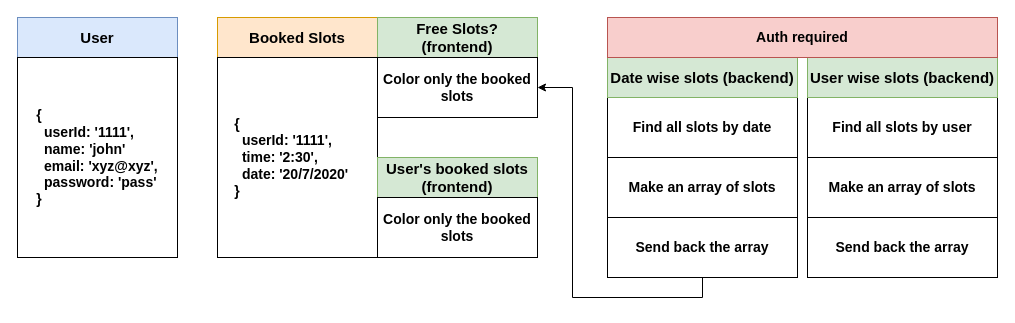
Before: DB Architecture.drawio in karankumarshreds/HealthcareArchitecture, a draw.io diagram. Source tidied: cells renumbered, new cells numbered last; positions are measured from the earlier drawing's top-left corner, leaving out a move shared by most shapes. Both pictures are drawn from the tidied source at 100%, with x=0, y=0 at pixel (17, 17).
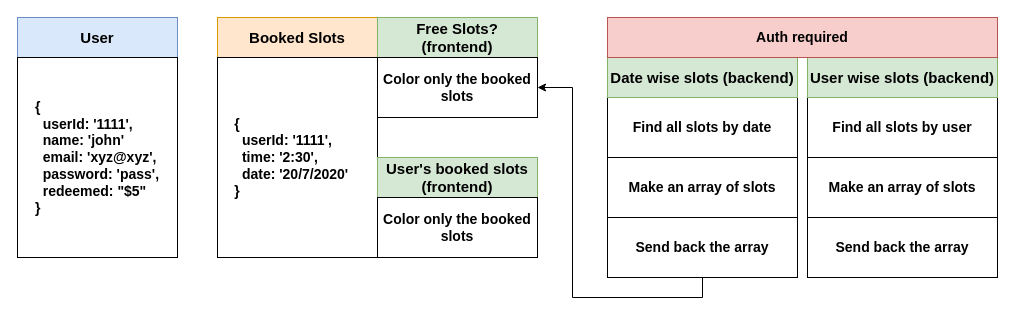
The same page after the edit.

The edit, as a diff of the source:
```diff
@@
 <mxGraphModel>
   <root>
     <mxCell id="0" />
     <mxCell id="1" parent="0" />
     <mxCell id="2" value="&lt;font style=&quot;font-size: 15px&quot;&gt;&lt;b&gt;User&lt;/b&gt;&lt;/font&gt;" style="rounded=0;whiteSpace=wrap;html=1;fillColor=#dae8fc;strokeColor=#6c8ebf;" parent="1" vertex="1">
       <mxGeometry width="160" height="40" as="geometry" />
     </mxCell>
     <mxCell id="3" value="&lt;b&gt;&lt;font style=&quot;font-size: 15px&quot;&gt;Booked Slots&lt;/font&gt;&lt;/b&gt;" style="rounded=0;whiteSpace=wrap;html=1;fillColor=#ffe6cc;strokeColor=#d79b00;" parent="1" vertex="1">
       <mxGeometry x="200" width="160" height="40" as="geometry" />
     </mxCell>
     <mxCell id="4" value="&lt;div style=&quot;text-align: justify ; font-size: 14px&quot;&gt;&lt;span&gt;&lt;font style=&quot;font-size: 14px&quot;&gt;&lt;b&gt;{&amp;nbsp;&lt;/b&gt;&lt;/font&gt;&lt;/span&gt;&lt;/div&gt;&lt;font style=&quot;font-size: 14px&quot;&gt;&lt;b&gt;&lt;div style=&quot;text-align: justify&quot;&gt;&lt;span&gt;&amp;nbsp; userId: '1111',&lt;/span&gt;&lt;/div&gt;&lt;div style=&quot;text-align: justify&quot;&gt;&lt;span&gt;&amp;nbsp; time: '2:30',&lt;/span&gt;&lt;/div&gt;&lt;div style=&quot;text-align: justify&quot;&gt;&lt;span&gt;&amp;nbsp; date: '20/7/2020'&amp;nbsp; &amp;nbsp;&lt;/span&gt;&lt;/div&gt;&lt;div style=&quot;text-align: justify&quot;&gt;&lt;span&gt;}&lt;/span&gt;&lt;/div&gt;&lt;/b&gt;&lt;/font&gt;" style="rounded=0;whiteSpace=wrap;html=1;align=center;" parent="1" vertex="1">
       <mxGeometry x="200" y="40" width="160" height="200" as="geometry" />
     </mxCell>
-    <mxCell id="5" value="&lt;div style=&quot;text-align: justify ; font-size: 14px&quot;&gt;&lt;span&gt;&lt;font style=&quot;font-size: 14px&quot;&gt;&lt;b&gt;{&amp;nbsp;&lt;/b&gt;&lt;/font&gt;&lt;/span&gt;&lt;/div&gt;&lt;font style=&quot;font-size: 14px&quot;&gt;&lt;b&gt;&lt;div style=&quot;text-align: justify&quot;&gt;&lt;span&gt;&amp;nbsp; userId: '1111',&lt;/span&gt;&lt;/div&gt;&lt;div style=&quot;text-align: justify&quot;&gt;&lt;span&gt;&amp;nbsp; name: 'john'&lt;/span&gt;&lt;/div&gt;&lt;div style=&quot;text-align: justify&quot;&gt;&lt;span&gt;&amp;nbsp; email: 'xyz@xyz',&lt;/span&gt;&lt;/div&gt;&lt;div style=&quot;text-align: justify&quot;&gt;&lt;span&gt;&amp;nbsp; password: 'pass'&lt;/span&gt;&lt;/div&gt;&lt;div style=&quot;text-align: justify&quot;&gt;&lt;span&gt;}&lt;/span&gt;&lt;/div&gt;&lt;/b&gt;&lt;/font&gt;" style="rounded=0;whiteSpace=wrap;html=1;align=center;" parent="1" vertex="1">
+    <mxCell id="5" value="&lt;div style=&quot;text-align: justify ; font-size: 14px&quot;&gt;&lt;span&gt;&lt;font style=&quot;font-size: 14px&quot;&gt;&lt;b&gt;{&amp;nbsp;&lt;/b&gt;&lt;/font&gt;&lt;/span&gt;&lt;/div&gt;&lt;font style=&quot;font-size: 14px&quot;&gt;&lt;b&gt;&lt;div style=&quot;text-align: justify&quot;&gt;&lt;span&gt;&amp;nbsp; userId: '1111',&lt;/span&gt;&lt;/div&gt;&lt;div style=&quot;text-align: justify&quot;&gt;&lt;span&gt;&amp;nbsp; name: 'john'&lt;/span&gt;&lt;/div&gt;&lt;div style=&quot;text-align: justify&quot;&gt;&lt;span&gt;&amp;nbsp; email: 'xyz@xyz',&lt;/span&gt;&lt;/div&gt;&lt;div style=&quot;text-align: justify&quot;&gt;&lt;span&gt;&amp;nbsp; password: 'pass',&lt;/span&gt;&lt;/div&gt;&lt;div style=&quot;text-align: justify&quot;&gt;&amp;nbsp; redeemed: &quot;$5&quot;&lt;/div&gt;&lt;div style=&quot;text-align: justify&quot;&gt;&lt;span&gt;}&lt;/span&gt;&lt;/div&gt;&lt;/b&gt;&lt;/font&gt;" style="rounded=0;whiteSpace=wrap;html=1;align=center;" parent="1" vertex="1">
       <mxGeometry y="40" width="160" height="200" as="geometry" />
     </mxCell>
     <mxCell id="6" value="&lt;b&gt;&lt;font style=&quot;font-size: 15px&quot;&gt;Free Slots?&lt;br&gt;(frontend)&lt;br&gt;&lt;/font&gt;&lt;/b&gt;" style="rounded=0;whiteSpace=wrap;html=1;fillColor=#d5e8d4;strokeColor=#82b366;" parent="1" vertex="1">
       <mxGeometry x="360" width="160" height="40" as="geometry" />
     </mxCell>
     <mxCell id="7" value="&lt;b&gt;&lt;font style=&quot;font-size: 14px&quot;&gt;Color only the booked slots&lt;/font&gt;&lt;/b&gt;" style="rounded=0;whiteSpace=wrap;html=1;" parent="1" vertex="1">
       <mxGeometry x="360" y="40" width="160" height="60" as="geometry" />
     </mxCell>
     <mxCell id="8" value="&lt;b&gt;&lt;font style=&quot;font-size: 14px&quot;&gt;Find all slots by date&lt;/font&gt;&lt;/b&gt;" style="rounded=0;whiteSpace=wrap;html=1;" parent="1" vertex="1">
       <mxGeometry x="590" y="80" width="190" height="60" as="geometry" />
     </mxCell>
     <mxCell id="9" value="&lt;b&gt;&lt;font style=&quot;font-size: 14px&quot;&gt;Make an array of slots&lt;/font&gt;&lt;/b&gt;" style="rounded=0;whiteSpace=wrap;html=1;" parent="1" vertex="1">
       <mxGeometry x="590" y="140" width="190" height="60" as="geometry" />
     </mxCell>
     <mxCell id="10" style="edgeStyle=orthogonalEdgeStyle;rounded=0;jettySize=auto;html=1;exitX=0.5;exitY=1;exitDx=0;exitDy=0;entryX=1;entryY=0.5;entryDx=0;entryDy=0;" parent="1" edge="1" source="11" target="7">
       <mxGeometry relative="1" as="geometry" />
     </mxCell>
     <mxCell id="11" value="&lt;b&gt;&lt;font style=&quot;font-size: 14px&quot;&gt;Send back the array&lt;/font&gt;&lt;/b&gt;" style="rounded=0;whiteSpace=wrap;html=1;" parent="1" vertex="1">
       <mxGeometry x="590" y="200" width="190" height="60" as="geometry" />
     </mxCell>
     <mxCell id="12" value="&lt;b&gt;&lt;font style=&quot;font-size: 15px&quot;&gt;Date wise slots (backend)&lt;br&gt;&lt;/font&gt;&lt;/b&gt;" style="rounded=0;whiteSpace=wrap;html=1;fillColor=#d5e8d4;strokeColor=#82b366;" parent="1" vertex="1">
       <mxGeometry x="590" y="40" width="190" height="40" as="geometry" />
     </mxCell>
     <mxCell id="13" value="&lt;b&gt;&lt;font style=&quot;font-size: 14px&quot;&gt;Find all slots by user&lt;/font&gt;&lt;/b&gt;" style="rounded=0;whiteSpace=wrap;html=1;" parent="1" vertex="1">
       <mxGeometry x="790" y="80" width="190" height="60" as="geometry" />
     </mxCell>
     <mxCell id="14" value="&lt;b&gt;&lt;font style=&quot;font-size: 14px&quot;&gt;Make an array of slots&lt;/font&gt;&lt;/b&gt;" style="rounded=0;whiteSpace=wrap;html=1;" parent="1" vertex="1">
       <mxGeometry x="790" y="140" width="190" height="60" as="geometry" />
     </mxCell>
     <mxCell id="15" value="&lt;b&gt;&lt;font style=&quot;font-size: 14px&quot;&gt;Send back the array&lt;/font&gt;&lt;/b&gt;" style="rounded=0;whiteSpace=wrap;html=1;" parent="1" vertex="1">
       <mxGeometry x="790" y="200" width="190" height="60" as="geometry" />
     </mxCell>
     <mxCell id="16" value="&lt;b&gt;&lt;font style=&quot;font-size: 15px&quot;&gt;User wise slots (backend)&lt;br&gt;&lt;/font&gt;&lt;/b&gt;" style="rounded=0;whiteSpace=wrap;html=1;fillColor=#d5e8d4;strokeColor=#82b366;" parent="1" vertex="1">
       <mxGeometry x="790" y="40" width="190" height="40" as="geometry" />
     </mxCell>
     <mxCell id="17" value="&lt;b&gt;&lt;font style=&quot;font-size: 14px&quot;&gt;Auth required&lt;/font&gt;&lt;/b&gt;" style="rounded=0;whiteSpace=wrap;html=1;fillColor=#f8cecc;strokeColor=#b85450;" parent="1" vertex="1">
       <mxGeometry x="590" width="390" height="40" as="geometry" />
     </mxCell>
     <mxCell id="18" value="&lt;b&gt;&lt;font style=&quot;font-size: 15px&quot;&gt;User's booked slots&lt;br&gt;(frontend)&lt;br&gt;&lt;/font&gt;&lt;/b&gt;" style="rounded=0;whiteSpace=wrap;html=1;fillColor=#d5e8d4;strokeColor=#82b366;" parent="1" vertex="1">
       <mxGeometry x="360" y="140" width="160" height="40" as="geometry" />
     </mxCell>
     <mxCell id="19" value="&lt;b&gt;&lt;font style=&quot;font-size: 14px&quot;&gt;Color only the booked slots&lt;/font&gt;&lt;/b&gt;" style="rounded=0;whiteSpace=wrap;html=1;" parent="1" vertex="1">
       <mxGeometry x="360" y="180" width="160" height="60" as="geometry" />
     </mxCell>
   </root>
 </mxGraphModel>
```
